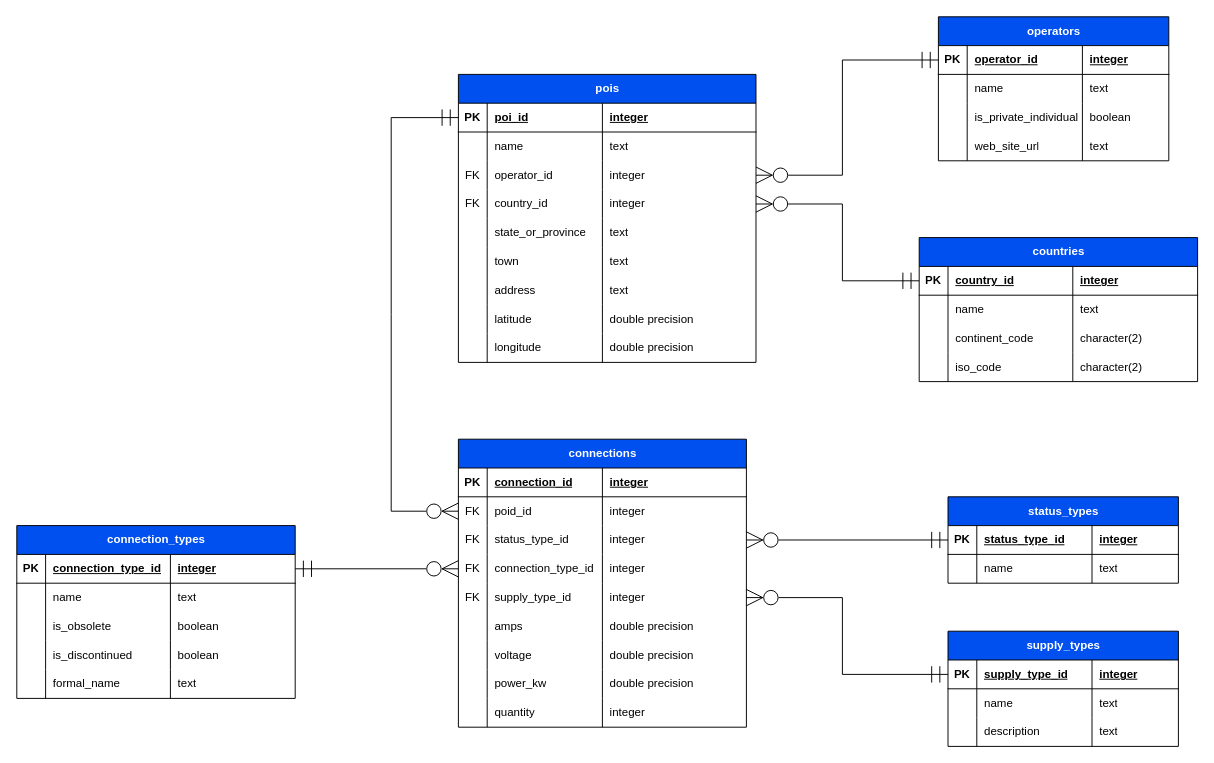
This is sql/Diagrama_BD_OpenChargeMap.drawio from MitziSanchez/ETL_OpenChargeMap, a draw.io file, before an edit. Source tidied: cells renumbered, new cells numbered last; positions are measured from the earlier drawing's top-left corner, leaving out a move shared by most shapes. Both pictures are drawn from the tidied source at 96%, with x=0, y=0 at pixel (16, 16).
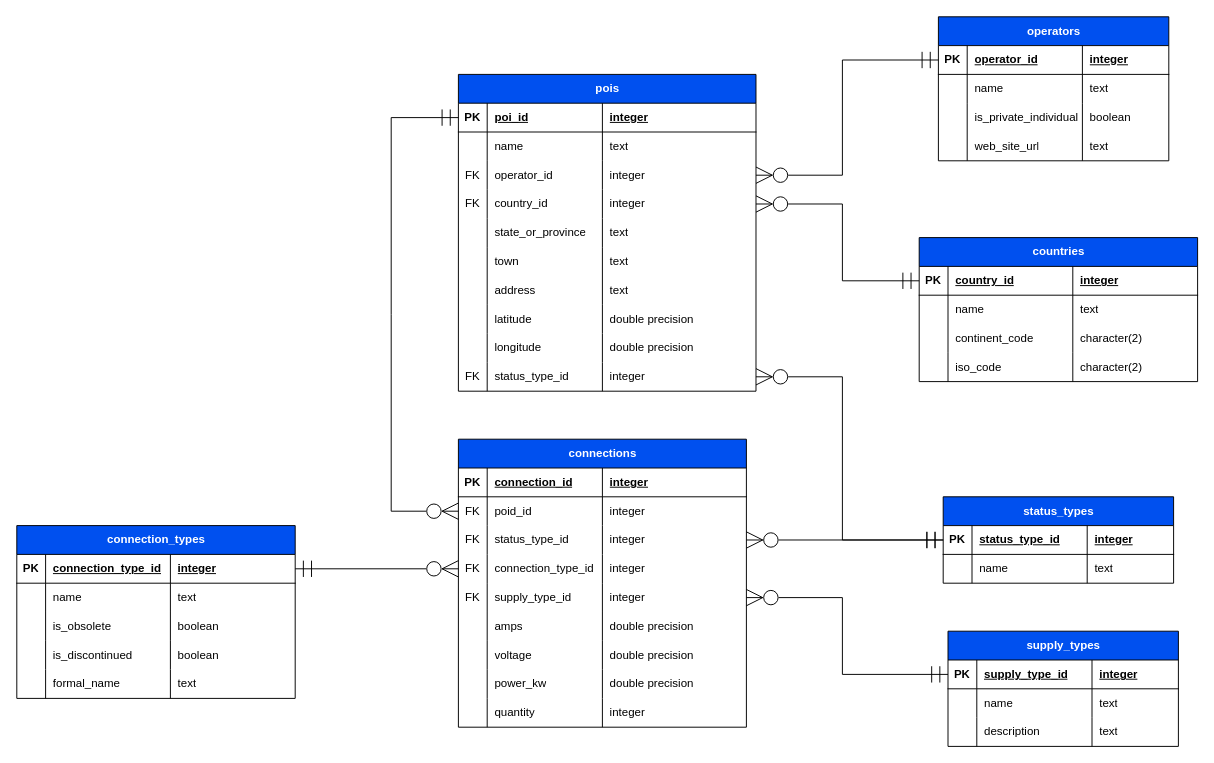
After the change.

Unchanged cells that the change refers to:
```xml
<mxCell id="48" style="shape=tableRow;horizontal=0;startSize=0;swimlaneHead=0;swimlaneBody=0;fillColor=none;points=[[0,0.5],[1,0.5]];portConstraint=eastwest;top=0;left=0;right=0;bottom=0;" parent="39" vertex="1">
  <mxGeometry y="90" width="300" height="30" as="geometry" />
</mxCell>
<mxCell id="96" style="shape=tableRow;horizontal=0;startSize=0;swimlaneHead=0;swimlaneBody=0;fillColor=none;points=[[0,0.5],[1,0.5]];portConstraint=eastwest;top=0;left=0;right=0;bottom=1;" parent="95" vertex="1">
  <mxGeometry y="30" width="240" height="30" as="geometry" />
</mxCell>
```

Diff of the diagram source:
```diff
@@
     <mxCell id="2" value="pois" style="shape=table;startSize=30;childLayout=tableLayout;rowLines=0;fontStyle=1;align=center;html=1;fillColor=#0050ef;fontColor=#ffffff;strokeColor=default;swimlaneLine=1;" parent="1" vertex="1">
-      <mxGeometry x="460" y="60" width="310" height="300" as="geometry" />
+      <mxGeometry x="460" y="60" width="310" height="330" as="geometry" />
     </mxCell>
@@
+    <mxCell id="159" style="shape=tableRow;horizontal=0;startSize=0;swimlaneHead=0;swimlaneBody=0;fillColor=none;points=[[0,0.5],[1,0.5]];portConstraint=eastwest;top=0;left=0;right=0;bottom=0;" parent="2" vertex="1">
+      <mxGeometry y="300" width="310" height="30" as="geometry" />
+    </mxCell>
+    <mxCell id="160" value="FK" style="shape=partialRectangle;fillColor=none;top=0;left=0;bottom=0;right=0;overflow=hidden;whiteSpace=wrap;html=1;" parent="159" vertex="1">
+      <mxGeometry width="30" height="30" as="geometry" />
+    </mxCell>
+    <mxCell id="161" value="status_type_id" style="shape=partialRectangle;fillColor=none;top=0;left=0;bottom=0;right=0;align=left;spacingLeft=6;overflow=hidden;whiteSpace=wrap;html=1;" parent="159" vertex="1">
+      <mxGeometry x="30" width="120" height="30" as="geometry" />
+    </mxCell>
+    <mxCell id="162" value="integer" style="shape=partialRectangle;fillColor=none;top=0;left=0;bottom=0;right=0;align=left;spacingLeft=6;overflow=hidden;whiteSpace=wrap;html=1;" parent="159" vertex="1">
+      <mxGeometry x="150" width="160" height="30" as="geometry" />
+    </mxCell>
@@
     <mxCell id="95" value="status_types" style="shape=table;startSize=30;childLayout=tableLayout;rowLines=0;fontStyle=1;align=center;html=1;fillColor=#0050ef;fontColor=#ffffff;strokeColor=default;swimlaneLine=1;" parent="1" vertex="1">
-      <mxGeometry x="970" y="500" width="240" height="90" as="geometry" />
+      <mxGeometry x="965" y="500" width="240" height="90" as="geometry" />
     </mxCell>
@@
-    <mxCell id="104" style="endArrow=ERzeroToMany;html=1;rounded=0;endFill=0;entryX=1;entryY=0.5;entryDx=0;entryDy=0;exitX=0;exitY=0.5;exitDx=0;exitDy=0;endSize=15;startArrow=ERmandOne;startFill=0;startSize=15;" parent="1" edge="1" source="96" target="48">
+    <mxCell id="104" style="endArrow=ERzeroToMany;html=1;rounded=0;endFill=0;entryX=1;entryY=0.5;entryDx=0;entryDy=0;endSize=15;startArrow=ERmandOne;startFill=0;startSize=15;exitX=0;exitY=0.5;exitDx=0;exitDy=0;" parent="1" edge="1" source="96" target="48">
       <mxGeometry relative="1" as="geometry" />
     </mxCell>
@@
+    <mxCell id="163" style="endArrow=ERzeroToMany;html=1;rounded=0;endFill=0;entryX=1;entryY=0.5;entryDx=0;entryDy=0;exitX=0;exitY=0.5;exitDx=0;exitDy=0;endSize=15;startArrow=ERmandOne;startFill=0;startSize=15;" parent="1" edge="1" source="96" target="159">
+      <mxGeometry relative="1" as="geometry">
+        <Array as="points">
+          <mxPoint x="860" y="545" />
+          <mxPoint x="860" y="375" />
+        </Array>
+      </mxGeometry>
+    </mxCell>
```
